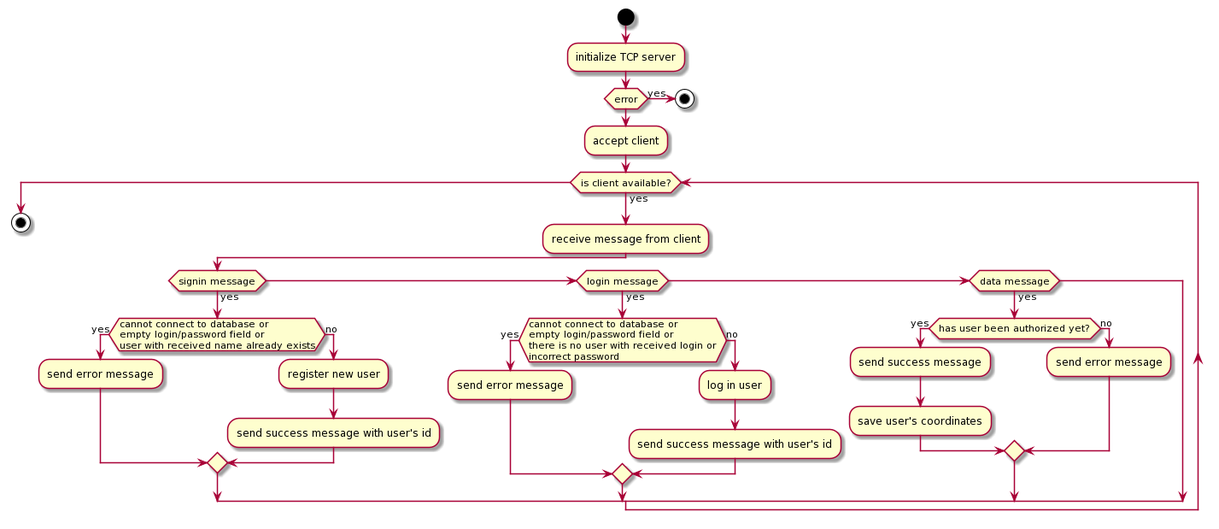
This is docs/activityDiagram_server.png from andanil/DSR_Practice, a PlantUML export, as it was before one commit.
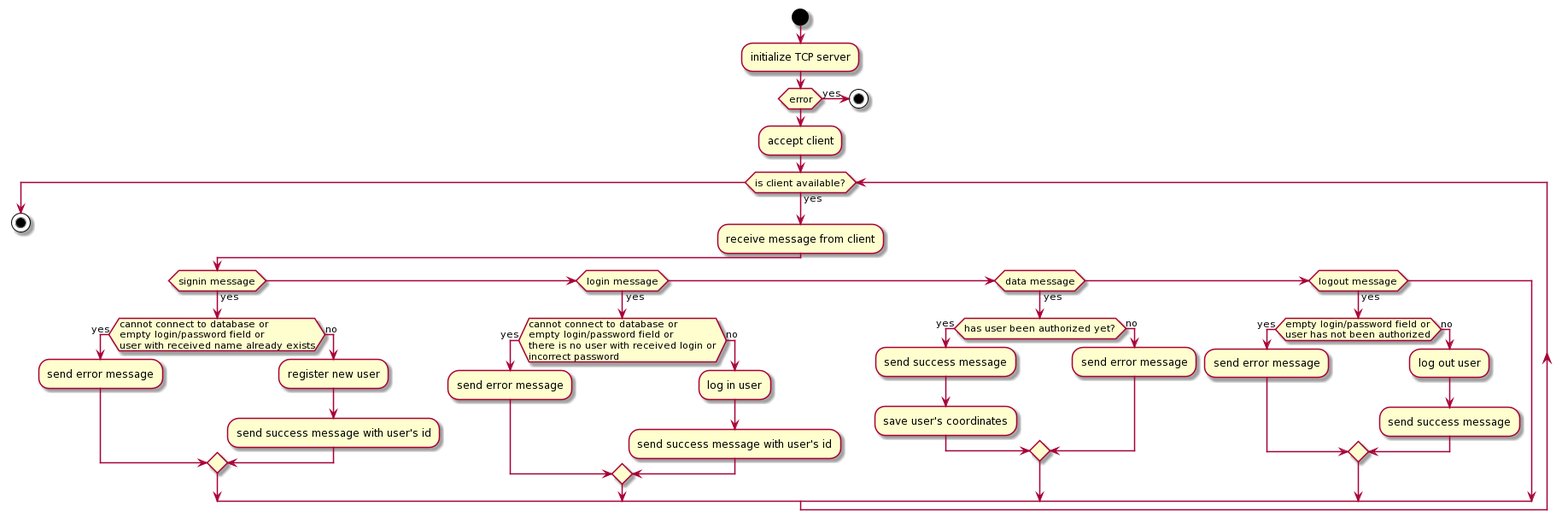
After the commit.

Commit message:
Added logout description

What changed in the source:
```diff
@@ -36,6 +36,15 @@
     else(no)
       :send error message;
     endif
+
+  elseif(logout message) then(yes)
+    if(empty login/password field or
+user has not been authorized) then(yes)
+       :send error message;
+    else(no)
+      :log out user;
+      :send success message;
+    endif
   endif
 endwhile
 
```
